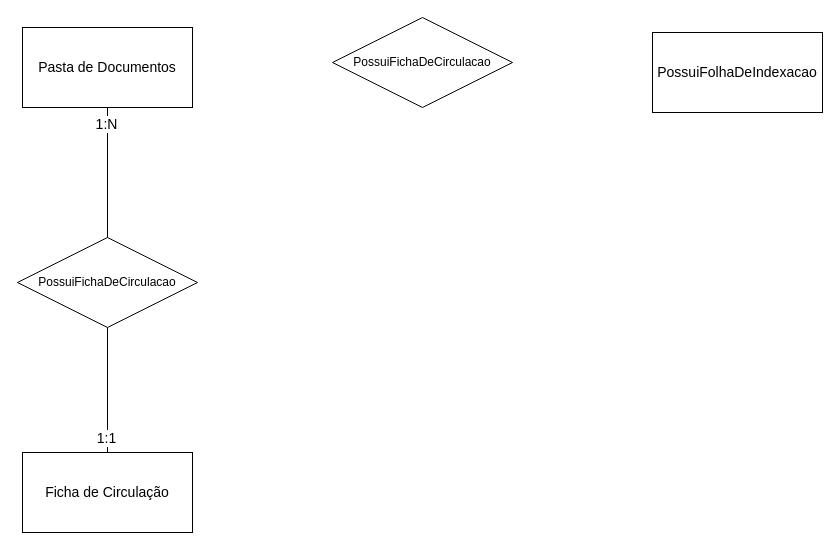
The draw.io diagram Diagrama sem nome.drawio in divinor07/avasolos, before the edit. Source tidied: cells renumbered, new cells numbered last; positions are measured from the earlier drawing's top-left corner, leaving out a move shared by most shapes. Both pictures are drawn from the tidied source at 100%, with x=0, y=0 at pixel (17, 17).
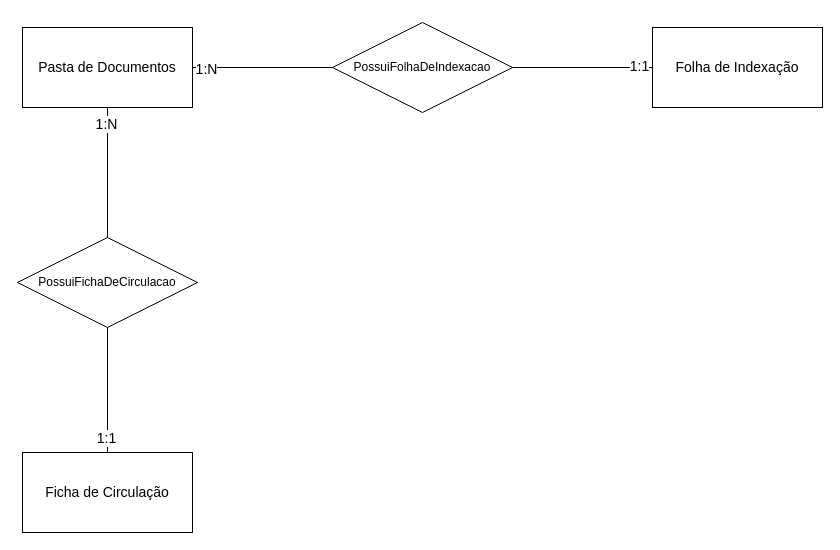
The same page after the edit.

Change to the diagram source:
```diff
@@
 <mxGraphModel>
   <root>
     <mxCell id="0" />
     <mxCell id="1" parent="0" />
     <mxCell id="2" value="Pasta de Documentos" style="whiteSpace=wrap;html=1;align=center;fontSize=14;" parent="1" vertex="1">
       <mxGeometry x="5" y="10" width="170" height="80" as="geometry" />
     </mxCell>
     <mxCell id="3" value="PossuiFichaDeCirculacao" style="shape=rhombus;perimeter=rhombusPerimeter;whiteSpace=wrap;html=1;align=center;" parent="1" vertex="1">
       <mxGeometry y="220" width="180" height="90" as="geometry" />
     </mxCell>
     <mxCell id="4" value="Ficha de Circulação" style="whiteSpace=wrap;html=1;align=center;fontSize=14;" parent="1" vertex="1">
       <mxGeometry x="5" y="435" width="170" height="80" as="geometry" />
     </mxCell>
-    <mxCell id="5" value="PossuiFolhaDeIndexacao" style="whiteSpace=wrap;html=1;align=center;fontSize=14;" parent="1" vertex="1">
-      <mxGeometry x="635" y="15" width="170" height="80" as="geometry" />
+    <mxCell id="5" value="Folha de Indexação" style="whiteSpace=wrap;html=1;align=center;fontSize=14;" parent="1" vertex="1">
+      <mxGeometry x="635" y="10" width="170" height="80" as="geometry" />
     </mxCell>
-    <mxCell id="6" value="PossuiFichaDeCirculacao" style="shape=rhombus;perimeter=rhombusPerimeter;whiteSpace=wrap;html=1;align=center;" parent="1" vertex="1">
-      <mxGeometry x="315" width="180" height="90" as="geometry" />
+    <mxCell id="6" value="PossuiFolhaDeIndexacao" style="shape=rhombus;perimeter=rhombusPerimeter;whiteSpace=wrap;html=1;align=center;fontSize=12;" parent="1" vertex="1">
+      <mxGeometry x="315" y="5" width="180" height="90" as="geometry" />
     </mxCell>
     <mxCell id="7" style="endArrow=none;html=1;rounded=0;entryX=0.5;entryY=1;entryDx=0;entryDy=0;exitX=0.5;exitY=0;exitDx=0;exitDy=0;" parent="1" edge="1" source="3" target="2">
       <mxGeometry relative="1" as="geometry" />
     </mxCell>
     <mxCell id="8" value="1:N" style="edgeLabel;html=1;align=center;verticalAlign=middle;fontSize=14;" parent="7" vertex="1">
       <mxGeometry x="0.75" y="2" relative="1" as="geometry" />
     </mxCell>
     <mxCell id="9" style="endArrow=none;html=1;rounded=0;exitX=0.5;exitY=1;exitDx=0;exitDy=0;" parent="1" edge="1" source="3">
       <mxGeometry relative="1" as="geometry">
         <mxPoint x="90" y="435" as="targetPoint" />
       </mxGeometry>
     </mxCell>
     <mxCell id="10" value="1:1" style="edgeLabel;html=1;align=center;verticalAlign=middle;fontSize=14;" parent="9" vertex="1">
       <mxGeometry x="0.81" y="-2" relative="1" as="geometry">
         <mxPoint y="-3" as="offset" />
       </mxGeometry>
     </mxCell>
+    <mxCell id="11" style="endArrow=none;html=1;rounded=0;exitX=1;exitY=0.5;exitDx=0;exitDy=0;entryX=0;entryY=0.5;entryDx=0;entryDy=0;" parent="1" edge="1" source="2" target="6">
+      <mxGeometry relative="1" as="geometry" />
+    </mxCell>
+    <mxCell id="12" value="1:N" style="edgeLabel;html=1;align=center;verticalAlign=middle;fontSize=14;" parent="11" vertex="1">
+      <mxGeometry x="-0.81" y="-1" relative="1" as="geometry" />
+    </mxCell>
+    <mxCell id="13" style="endArrow=none;html=1;rounded=0;entryX=0;entryY=0.5;entryDx=0;entryDy=0;exitX=1;exitY=0.5;exitDx=0;exitDy=0;" parent="1" edge="1" source="6" target="5">
+      <mxGeometry relative="1" as="geometry" />
+    </mxCell>
+    <mxCell id="14" value="1:1" style="edgeLabel;html=1;align=center;verticalAlign=middle;fontSize=14;" parent="13" vertex="1">
+      <mxGeometry x="0.74" y="2" relative="1" as="geometry">
+        <mxPoint x="4" as="offset" />
+      </mxGeometry>
+    </mxCell>
   </root>
 </mxGraphModel>
```
